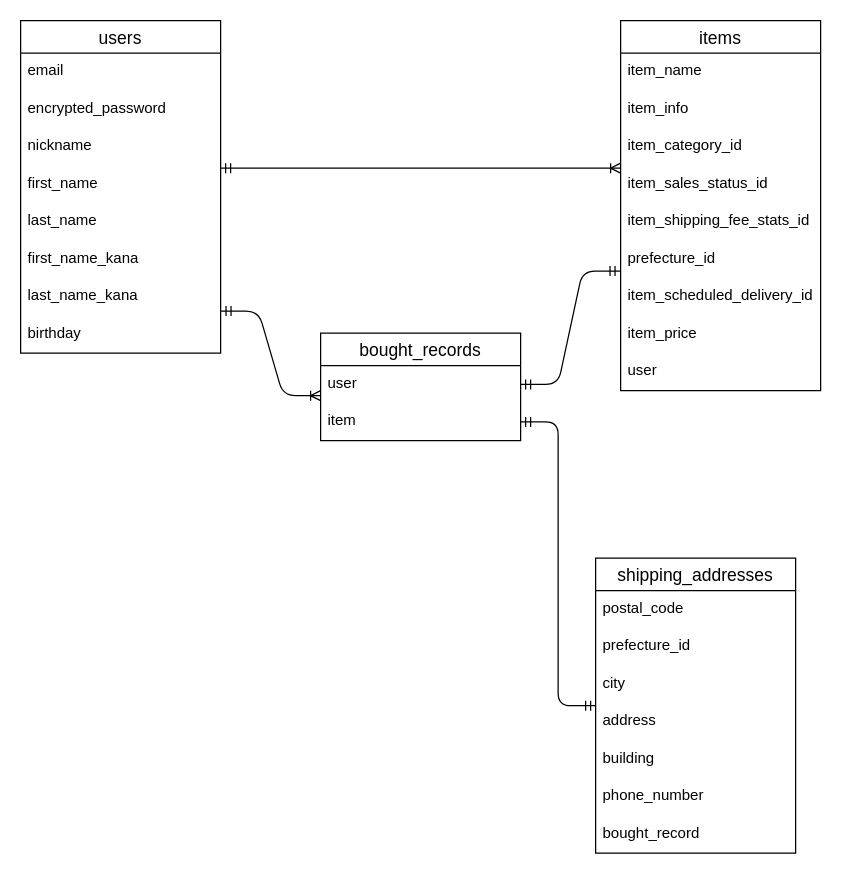
hanyuta/furima-39661 keeps this draw.io diagram as furimaER.dio. Above is the earlier version. Source tidied: cells renumbered, new cells numbered last; positions are measured from the earlier drawing's top-left corner, leaving out a move shared by most shapes. Both pictures are drawn from the tidied source at 125%, with x=0, y=0 at pixel (20, 20).
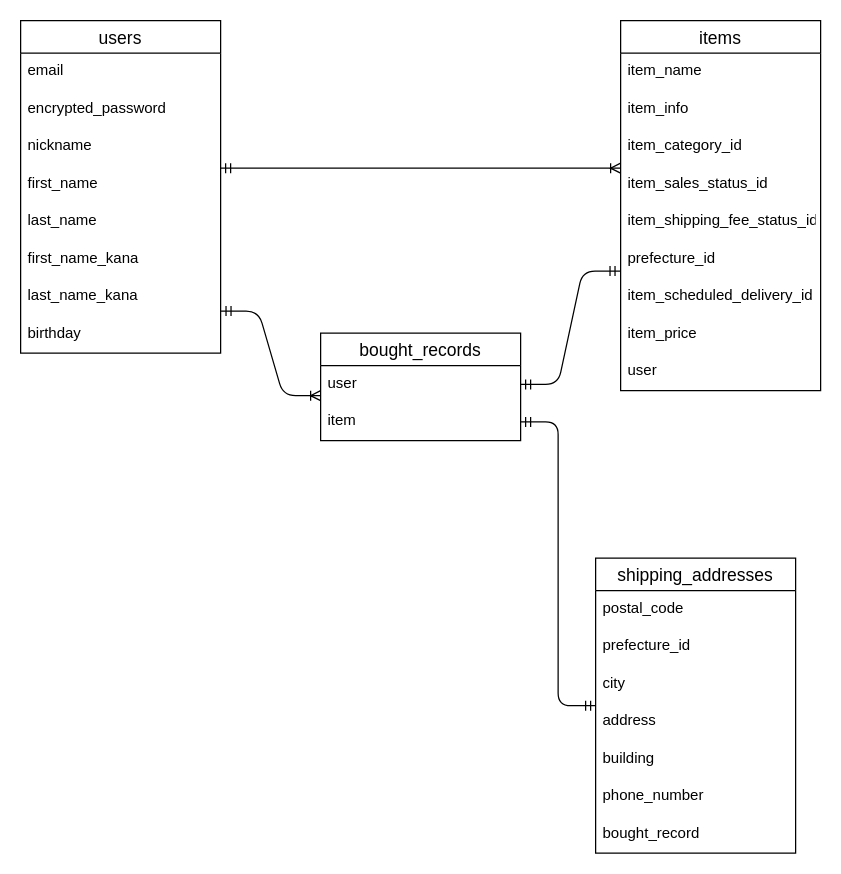
Above is the later version.

Unchanged cells that the change refers to:
```xml
<mxCell id="11" value="items" style="swimlane;fontStyle=0;horizontal=1;startSize=26;align=center;fontSize=14;" parent="1" vertex="1">
  <mxGeometry x="480" width="160" height="296" as="geometry" />
</mxCell>
```

What changed in the source:
```diff
@@
-    <mxCell id="16" value="item_shipping_fee_stats_id" style="text;strokeColor=none;fillColor=none;spacingLeft=4;spacingRight=4;overflow=hidden;fontSize=12;" parent="11" vertex="1">
+    <mxCell id="16" value="item_shipping_fee_status_id" style="text;strokeColor=none;fillColor=none;spacingLeft=4;spacingRight=4;overflow=hidden;fontSize=12;" parent="11" vertex="1">
       <mxGeometry y="146" width="160" height="30" as="geometry" />
     </mxCell>
```
